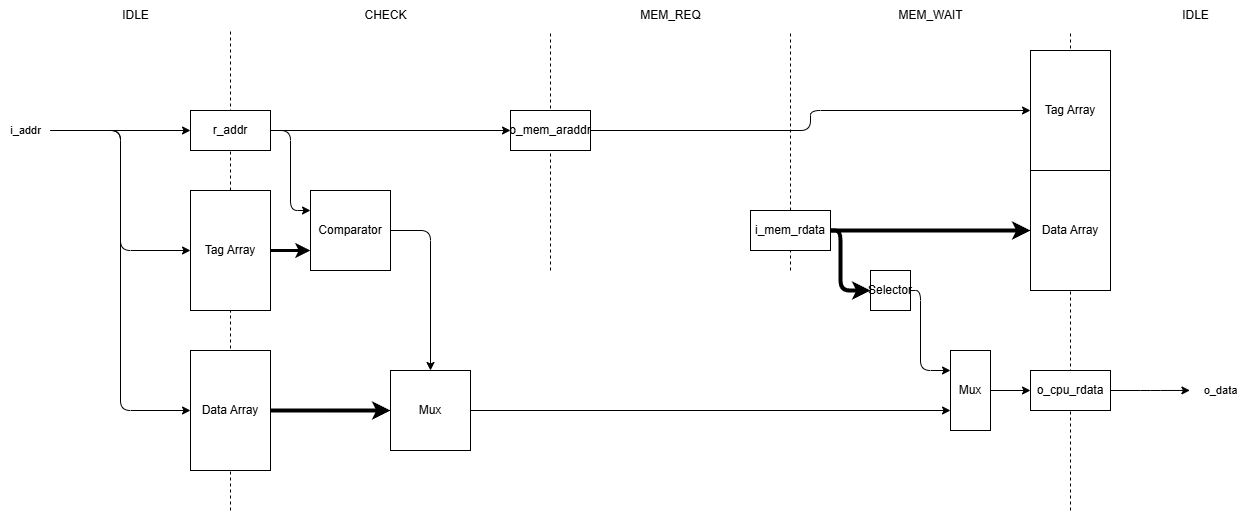
Above: veryl/src/cache/icache.drawio.png in shinrabansyo/cpu (draw.io), before the change. Source tidied: cells renumbered, new cells last; positions are measured from the earlier drawing's top-left corner, leaving out a move shared by most shapes. Its diagram source:
```xml
<mxGraphModel>
  <root>
    <mxCell id="0" />
    <mxCell id="1" parent="0" />
    <mxCell id="2" style="endArrow=none;dashed=1;html=1;" parent="1" edge="1" source="19">
      <mxGeometry relative="1" as="geometry">
        <mxPoint x="230" y="30" as="targetPoint" />
      </mxGeometry>
    </mxCell>
    <mxCell id="3" value="IDLE" style="text;html=1;align=center;verticalAlign=middle;strokeColor=none;fillColor=none;" parent="1" vertex="1">
      <mxGeometry x="110" width="50" height="30" as="geometry" />
    </mxCell>
    <mxCell id="4" value="CHECK" style="text;html=1;align=center;verticalAlign=middle;strokeColor=none;fillColor=none;" parent="1" vertex="1">
      <mxGeometry x="350" width="70" height="30" as="geometry" />
    </mxCell>
    <mxCell id="5" style="endArrow=none;dashed=1;html=1;" parent="1" edge="1">
      <mxGeometry relative="1" as="geometry">
        <mxPoint x="550" y="270" as="sourcePoint" />
        <mxPoint x="550" y="30" as="targetPoint" />
      </mxGeometry>
    </mxCell>
    <mxCell id="6" value="MEM_REQ" style="text;html=1;align=center;verticalAlign=middle;strokeColor=none;fillColor=none;" parent="1" vertex="1">
      <mxGeometry x="630" width="80" height="30" as="geometry" />
    </mxCell>
    <mxCell id="7" style="endArrow=none;dashed=1;html=1;" parent="1" edge="1">
      <mxGeometry relative="1" as="geometry">
        <mxPoint x="790" y="270" as="sourcePoint" />
        <mxPoint x="790" y="30" as="targetPoint" />
      </mxGeometry>
    </mxCell>
    <mxCell id="8" value="MEM_WAIT" style="text;html=1;align=center;verticalAlign=middle;strokeColor=none;fillColor=none;" parent="1" vertex="1">
      <mxGeometry x="885" width="90" height="30" as="geometry" />
    </mxCell>
    <mxCell id="9" style="endArrow=none;dashed=1;html=1;" parent="1" edge="1">
      <mxGeometry relative="1" as="geometry">
        <mxPoint x="1070" y="510" as="sourcePoint" />
        <mxPoint x="1070" y="30" as="targetPoint" />
      </mxGeometry>
    </mxCell>
    <mxCell id="10" value="IDLE" style="text;html=1;align=center;verticalAlign=middle;strokeColor=none;fillColor=none;" parent="1" vertex="1">
      <mxGeometry x="1170" width="50" height="30" as="geometry" />
    </mxCell>
    <mxCell id="11" style="edgeStyle=orthogonalEdgeStyle;shape=connector;rounded=1;html=1;strokeColor=default;align=center;verticalAlign=middle;fontFamily=Helvetica;fontSize=11;fontColor=default;labelBackgroundColor=default;endArrow=classic;entryX=-0.01;entryY=0.498;entryDx=0;entryDy=0;entryPerimeter=0;" parent="1" edge="1" source="12" target="40">
      <mxGeometry relative="1" as="geometry" />
    </mxCell>
    <mxCell id="12" value="o_cpu_rdata" style="rounded=0;whiteSpace=wrap;html=1;" parent="1" vertex="1">
      <mxGeometry x="1030" y="370" width="80" height="40" as="geometry" />
    </mxCell>
    <mxCell id="13" style="edgeStyle=orthogonalEdgeStyle;shape=connector;rounded=1;html=1;entryX=0;entryY=0.5;entryDx=0;entryDy=0;strokeColor=default;align=center;verticalAlign=middle;fontFamily=Helvetica;fontSize=11;fontColor=default;labelBackgroundColor=default;endArrow=classic;" parent="1" edge="1" source="14" target="16">
      <mxGeometry relative="1" as="geometry" />
    </mxCell>
    <mxCell id="14" value="o_mem_araddr" style="rounded=0;whiteSpace=wrap;html=1;" parent="1" vertex="1">
      <mxGeometry x="510" y="110" width="80" height="40" as="geometry" />
    </mxCell>
    <mxCell id="15" value="Data Array" style="rounded=0;whiteSpace=wrap;html=1;" parent="1" vertex="1">
      <mxGeometry x="1030" y="170" width="80" height="120" as="geometry" />
    </mxCell>
    <mxCell id="16" value="Tag Array" style="rounded=0;whiteSpace=wrap;html=1;" parent="1" vertex="1">
      <mxGeometry x="1030" y="50" width="80" height="120" as="geometry" />
    </mxCell>
    <mxCell id="17" style="endArrow=none;dashed=1;html=1;" parent="1" edge="1" target="19">
      <mxGeometry relative="1" as="geometry">
        <mxPoint x="230" y="510" as="sourcePoint" />
      </mxGeometry>
    </mxCell>
    <mxCell id="18" style="edgeStyle=orthogonalEdgeStyle;html=1;entryX=0;entryY=0.75;entryDx=0;entryDy=0;strokeWidth=3;" parent="1" edge="1" source="19" target="24">
      <mxGeometry relative="1" as="geometry" />
    </mxCell>
    <mxCell id="19" value="Tag Array" style="rounded=0;whiteSpace=wrap;html=1;" parent="1" vertex="1">
      <mxGeometry x="190" y="190" width="80" height="120" as="geometry" />
    </mxCell>
    <mxCell id="20" style="edgeStyle=orthogonalEdgeStyle;shape=connector;rounded=1;html=1;entryX=0;entryY=0.25;entryDx=0;entryDy=0;strokeColor=default;align=center;verticalAlign=middle;fontFamily=Helvetica;fontSize=11;fontColor=default;labelBackgroundColor=default;endArrow=classic;" parent="1" edge="1" source="22" target="24">
      <mxGeometry relative="1" as="geometry" />
    </mxCell>
    <mxCell id="21" style="edgeStyle=orthogonalEdgeStyle;shape=connector;rounded=1;html=1;entryX=0;entryY=0.5;entryDx=0;entryDy=0;strokeColor=default;align=center;verticalAlign=middle;fontFamily=Helvetica;fontSize=11;fontColor=default;labelBackgroundColor=default;endArrow=classic;" parent="1" edge="1" source="22" target="14">
      <mxGeometry relative="1" as="geometry" />
    </mxCell>
    <mxCell id="22" value="r_addr" style="rounded=0;whiteSpace=wrap;html=1;" parent="1" vertex="1">
      <mxGeometry x="190" y="110" width="80" height="40" as="geometry" />
    </mxCell>
    <mxCell id="23" style="edgeStyle=orthogonalEdgeStyle;shape=connector;rounded=1;html=1;entryX=0.5;entryY=0;entryDx=0;entryDy=0;strokeColor=default;align=center;verticalAlign=middle;fontFamily=Helvetica;fontSize=11;fontColor=default;labelBackgroundColor=default;endArrow=classic;" parent="1" edge="1" source="24" target="28">
      <mxGeometry relative="1" as="geometry">
        <Array as="points">
          <mxPoint x="430" y="230" />
        </Array>
      </mxGeometry>
    </mxCell>
    <mxCell id="24" value="Comparator" style="rounded=0;whiteSpace=wrap;html=1;" parent="1" vertex="1">
      <mxGeometry x="310" y="190" width="80" height="80" as="geometry" />
    </mxCell>
    <mxCell id="25" style="edgeStyle=orthogonalEdgeStyle;shape=connector;rounded=1;html=1;entryX=0;entryY=0.5;entryDx=0;entryDy=0;strokeColor=default;align=center;verticalAlign=middle;fontFamily=Helvetica;fontSize=11;fontColor=default;labelBackgroundColor=default;endArrow=classic;strokeWidth=4;" parent="1" edge="1" source="26" target="28">
      <mxGeometry relative="1" as="geometry" />
    </mxCell>
    <mxCell id="26" value="Data Array" style="rounded=0;whiteSpace=wrap;html=1;" parent="1" vertex="1">
      <mxGeometry x="190" y="350" width="80" height="120" as="geometry" />
    </mxCell>
    <mxCell id="27" style="edgeStyle=orthogonalEdgeStyle;shape=connector;rounded=1;html=1;entryX=0;entryY=0.5;entryDx=0;entryDy=0;strokeColor=default;align=center;verticalAlign=middle;fontFamily=Helvetica;fontSize=11;fontColor=default;labelBackgroundColor=default;endArrow=classic;" parent="1" edge="1" source="35" target="12">
      <mxGeometry relative="1" as="geometry" />
    </mxCell>
    <mxCell id="28" value="Mux" style="rounded=0;whiteSpace=wrap;html=1;" parent="1" vertex="1">
      <mxGeometry x="390" y="370" width="80" height="80" as="geometry" />
    </mxCell>
    <mxCell id="29" style="edgeStyle=orthogonalEdgeStyle;shape=connector;rounded=1;html=1;entryX=0;entryY=0.5;entryDx=0;entryDy=0;strokeColor=default;align=center;verticalAlign=middle;fontFamily=Helvetica;fontSize=11;fontColor=default;labelBackgroundColor=default;endArrow=classic;strokeWidth=4;" parent="1" edge="1" source="31" target="15">
      <mxGeometry relative="1" as="geometry" />
    </mxCell>
    <mxCell id="30" style="edgeStyle=orthogonalEdgeStyle;shape=connector;rounded=1;html=1;strokeColor=default;align=center;verticalAlign=middle;fontFamily=Helvetica;fontSize=11;fontColor=default;labelBackgroundColor=default;endArrow=classic;entryX=0;entryY=0.5;entryDx=0;entryDy=0;strokeWidth=4;" parent="1" edge="1" source="31" target="33">
      <mxGeometry relative="1" as="geometry">
        <Array as="points">
          <mxPoint x="840" y="230" />
          <mxPoint x="840" y="290" />
        </Array>
      </mxGeometry>
    </mxCell>
    <mxCell id="31" value="i_mem_rdata" style="rounded=0;whiteSpace=wrap;html=1;" parent="1" vertex="1">
      <mxGeometry x="750" y="210" width="80" height="40" as="geometry" />
    </mxCell>
    <mxCell id="32" style="edgeStyle=orthogonalEdgeStyle;shape=connector;rounded=1;html=1;entryX=0;entryY=0.25;entryDx=0;entryDy=0;strokeColor=default;align=center;verticalAlign=middle;fontFamily=Helvetica;fontSize=11;fontColor=default;labelBackgroundColor=default;endArrow=classic;" parent="1" edge="1" source="33" target="35">
      <mxGeometry relative="1" as="geometry">
        <Array as="points">
          <mxPoint x="920" y="290" />
          <mxPoint x="920" y="370" />
        </Array>
      </mxGeometry>
    </mxCell>
    <mxCell id="33" value="Selector" style="rounded=0;whiteSpace=wrap;html=1;" parent="1" vertex="1">
      <mxGeometry x="870" y="270" width="40" height="40" as="geometry" />
    </mxCell>
    <mxCell id="34" style="edgeStyle=orthogonalEdgeStyle;shape=connector;rounded=1;html=1;entryX=0;entryY=0.75;entryDx=0;entryDy=0;strokeColor=default;align=center;verticalAlign=middle;fontFamily=Helvetica;fontSize=11;fontColor=default;labelBackgroundColor=default;endArrow=classic;" parent="1" edge="1" source="28" target="35">
      <mxGeometry relative="1" as="geometry" />
    </mxCell>
    <mxCell id="35" value="Mux" style="rounded=0;whiteSpace=wrap;html=1;" parent="1" vertex="1">
      <mxGeometry x="950" y="350" width="40" height="80" as="geometry" />
    </mxCell>
    <mxCell id="36" style="edgeStyle=orthogonalEdgeStyle;shape=connector;rounded=1;html=1;entryX=0;entryY=0.5;entryDx=0;entryDy=0;strokeColor=default;align=center;verticalAlign=middle;fontFamily=Helvetica;fontSize=11;fontColor=default;labelBackgroundColor=default;endArrow=classic;" parent="1" edge="1" source="39" target="22">
      <mxGeometry relative="1" as="geometry" />
    </mxCell>
    <mxCell id="37" style="edgeStyle=orthogonalEdgeStyle;shape=connector;rounded=1;html=1;entryX=0;entryY=0.5;entryDx=0;entryDy=0;strokeColor=default;align=center;verticalAlign=middle;fontFamily=Helvetica;fontSize=11;fontColor=default;labelBackgroundColor=default;endArrow=classic;" parent="1" edge="1" source="39" target="19">
      <mxGeometry relative="1" as="geometry" />
    </mxCell>
    <mxCell id="38" style="edgeStyle=orthogonalEdgeStyle;shape=connector;rounded=1;html=1;entryX=0;entryY=0.5;entryDx=0;entryDy=0;strokeColor=default;align=center;verticalAlign=middle;fontFamily=Helvetica;fontSize=11;fontColor=default;labelBackgroundColor=default;endArrow=classic;" parent="1" edge="1" source="39" target="26">
      <mxGeometry relative="1" as="geometry" />
    </mxCell>
    <mxCell id="39" value="i_addr" style="text;html=1;align=center;verticalAlign=middle;points=[];strokeColor=none;fillColor=none;fontFamily=Helvetica;fontSize=11;fontColor=default;labelBackgroundColor=default;" parent="1" vertex="1">
      <mxGeometry y="115" width="50" height="30" as="geometry" />
    </mxCell>
    <mxCell id="40" value="o_data" style="text;html=1;align=center;verticalAlign=middle;points=[];strokeColor=none;fillColor=none;fontFamily=Helvetica;fontSize=11;fontColor=default;labelBackgroundColor=default;" parent="1" vertex="1">
      <mxGeometry x="1190" y="375" width="60" height="30" as="geometry" />
    </mxCell>
  </root>
</mxGraphModel>
```
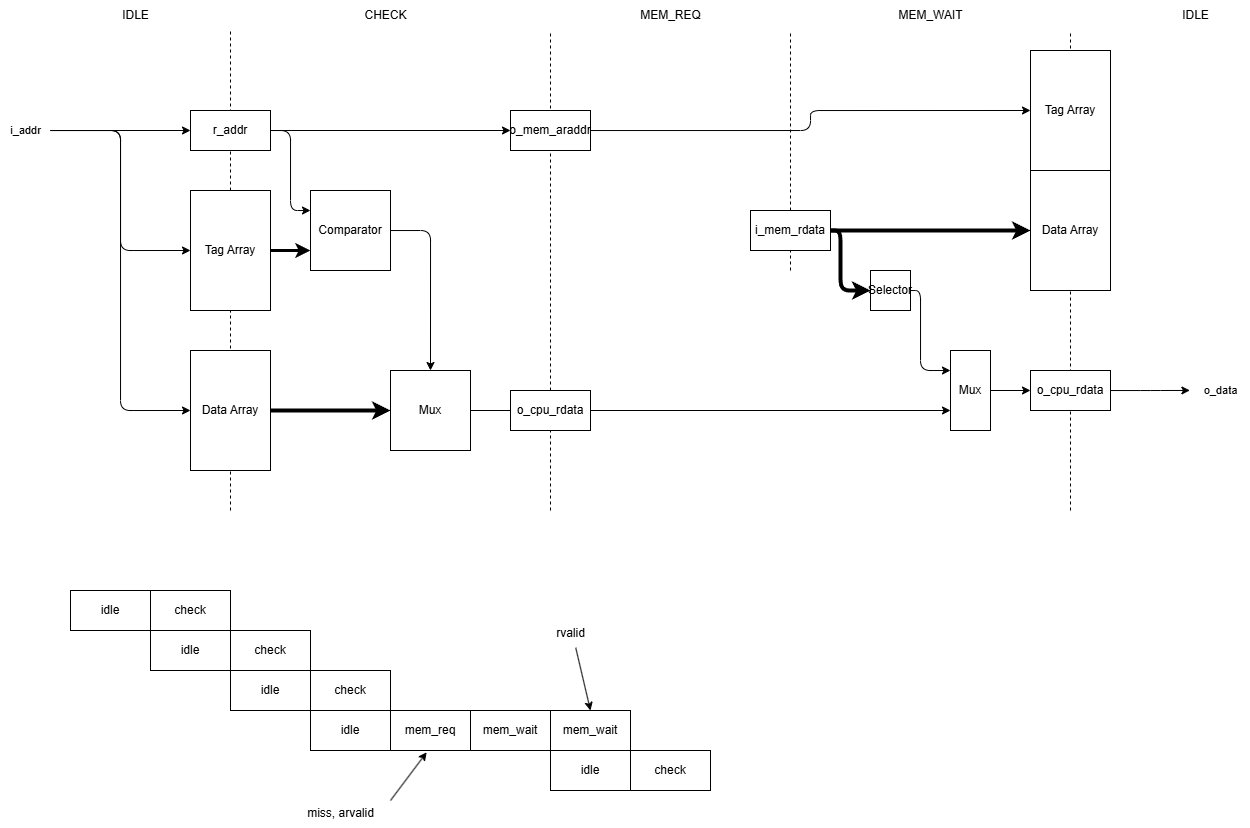
After the commit.

The edit, as a diff of the source:
```diff
@@ -15,7 +15,7 @@
     </mxCell>
     <mxCell id="5" style="endArrow=none;dashed=1;html=1;" parent="1" edge="1">
       <mxGeometry relative="1" as="geometry">
-        <mxPoint x="550" y="270" as="sourcePoint" />
+        <mxPoint x="550" y="510" as="sourcePoint" />
         <mxPoint x="550" y="30" as="targetPoint" />
       </mxGeometry>
     </mxCell>
@@ -146,5 +146,58 @@
     <mxCell id="40" value="o_data" style="text;html=1;align=center;verticalAlign=middle;points=[];strokeColor=none;fillColor=none;fontFamily=Helvetica;fontSize=11;fontColor=default;labelBackgroundColor=default;" parent="1" vertex="1">
       <mxGeometry x="1190" y="375" width="60" height="30" as="geometry" />
     </mxCell>
+    <mxCell id="41" value="o_cpu_rdata" style="rounded=0;whiteSpace=wrap;html=1;" parent="1" vertex="1">
+      <mxGeometry x="510" y="390" width="80" height="40" as="geometry" />
+    </mxCell>
+    <mxCell id="42" value="idle" style="whiteSpace=wrap;html=1;" parent="1" vertex="1">
+      <mxGeometry x="70" y="590" width="80" height="40" as="geometry" />
+    </mxCell>
+    <mxCell id="43" value="check" style="whiteSpace=wrap;html=1;" parent="1" vertex="1">
+      <mxGeometry x="150" y="590" width="80" height="40" as="geometry" />
+    </mxCell>
+    <mxCell id="44" value="idle" style="whiteSpace=wrap;html=1;" parent="1" vertex="1">
+      <mxGeometry x="150" y="630" width="80" height="40" as="geometry" />
+    </mxCell>
+    <mxCell id="45" value="check" style="whiteSpace=wrap;html=1;" parent="1" vertex="1">
+      <mxGeometry x="230" y="630" width="80" height="40" as="geometry" />
+    </mxCell>
+    <mxCell id="46" value="idle" style="whiteSpace=wrap;html=1;" parent="1" vertex="1">
+      <mxGeometry x="230" y="670" width="80" height="40" as="geometry" />
+    </mxCell>
+    <mxCell id="47" value="check" style="whiteSpace=wrap;html=1;" parent="1" vertex="1">
+      <mxGeometry x="310" y="670" width="80" height="40" as="geometry" />
+    </mxCell>
+    <mxCell id="48" value="idle" style="whiteSpace=wrap;html=1;" parent="1" vertex="1">
+      <mxGeometry x="310" y="710" width="80" height="40" as="geometry" />
+    </mxCell>
+    <mxCell id="49" value="mem_req" style="whiteSpace=wrap;html=1;" parent="1" vertex="1">
+      <mxGeometry x="390" y="710" width="80" height="40" as="geometry" />
+    </mxCell>
+    <mxCell id="50" value="mem_wait" style="whiteSpace=wrap;html=1;" parent="1" vertex="1">
+      <mxGeometry x="470" y="710" width="80" height="40" as="geometry" />
+    </mxCell>
+    <mxCell id="51" value="mem_wait" style="whiteSpace=wrap;html=1;" parent="1" vertex="1">
+      <mxGeometry x="550" y="710" width="80" height="40" as="geometry" />
+    </mxCell>
+    <mxCell id="52" value="idle" style="whiteSpace=wrap;html=1;" parent="1" vertex="1">
+      <mxGeometry x="550" y="750" width="80" height="40" as="geometry" />
+    </mxCell>
+    <mxCell id="53" value="check" style="whiteSpace=wrap;html=1;" parent="1" vertex="1">
+      <mxGeometry x="630" y="750" width="80" height="40" as="geometry" />
+    </mxCell>
+    <mxCell id="54" style="edgeStyle=none;jettySize=auto;html=1;entryX=0.452;entryY=1.046;entryDx=0;entryDy=0;entryPerimeter=0;" parent="1" edge="1" target="49">
+      <mxGeometry relative="1" as="geometry">
+        <mxPoint x="390" y="800" as="sourcePoint" />
+      </mxGeometry>
+    </mxCell>
+    <mxCell id="55" value="miss, arvalid" style="text;html=1;align=center;verticalAlign=middle;strokeColor=none;fillColor=none;" parent="1" vertex="1">
+      <mxGeometry x="295" y="798" width="90" height="30" as="geometry" />
+    </mxCell>
+    <mxCell id="56" style="edgeStyle=none;jettySize=auto;html=1;entryX=0.5;entryY=0;entryDx=0;entryDy=0;exitX=0.615;exitY=0.976;exitDx=0;exitDy=0;exitPerimeter=0;" parent="1" edge="1" source="57" target="51">
+      <mxGeometry relative="1" as="geometry" />
+    </mxCell>
+    <mxCell id="57" value="rvalid" style="text;html=1;align=center;verticalAlign=middle;points=[];strokeColor=none;fillColor=none;" parent="1" vertex="1">
+      <mxGeometry x="544.5" y="618" width="50" height="30" as="geometry" />
+    </mxCell>
   </root>
 </mxGraphModel>
```
